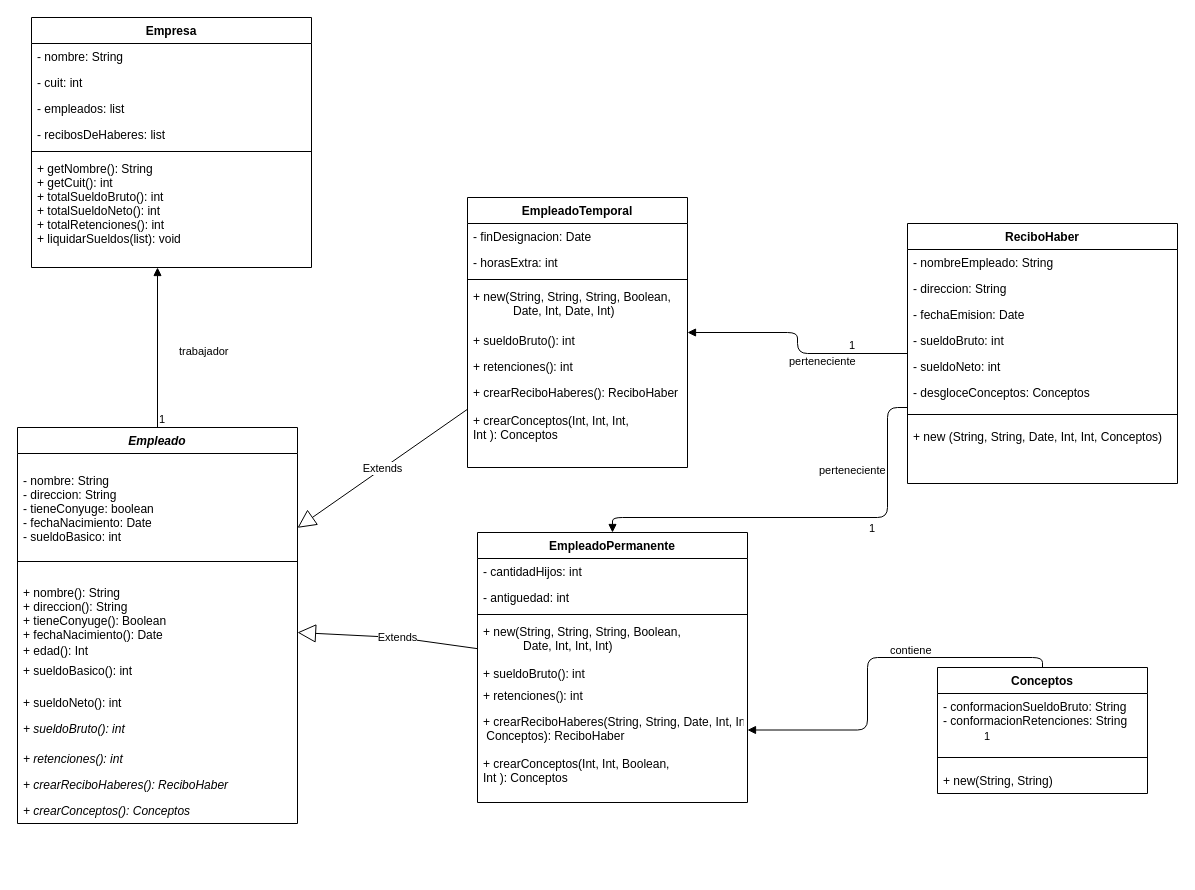
The draw.io diagram Untitled Diagram.drawio in CundariNicolas/unqui-poo2-cundari, before the edit. Source tidied: cells renumbered, new cells numbered last; positions are measured from the earlier drawing's top-left corner, leaving out a move shared by most shapes. Both pictures are drawn from the tidied source at 100%, with x=0, y=0 at pixel (17, 17).
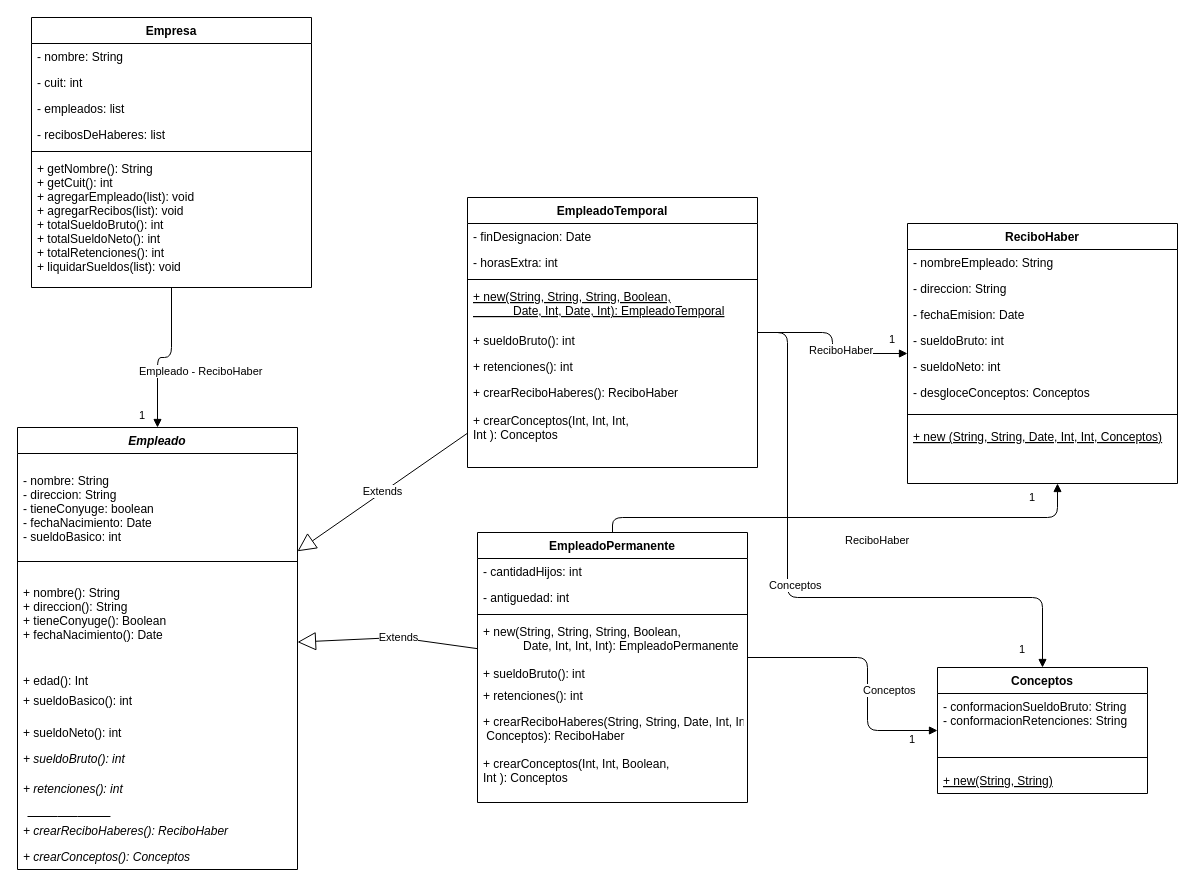
The same page after the edit.

The change refers to these unchanged cells:
```xml
<mxCell id="20" value="EmpleadoPermanente" style="swimlane;fontStyle=1;align=center;verticalAlign=top;horizontal=1;startSize=26;" parent="1" vertex="1">
  <mxGeometry x="460" y="515" width="270" height="270" as="geometry" />
</mxCell>
<mxCell id="39" value="ReciboHaber" style="swimlane;fontStyle=1;align=center;verticalAlign=top;horizontal=1;startSize=26;" parent="1" vertex="1">
  <mxGeometry x="890" y="206" width="270" height="260" as="geometry" />
</mxCell>
<mxCell id="48" value="Conceptos" style="swimlane;fontStyle=1;align=center;verticalAlign=top;horizontal=1;startSize=26;" parent="1" vertex="1">
  <mxGeometry x="920" y="650" width="210" height="126" as="geometry" />
</mxCell>
```

What changed in the source:
```diff
@@
     <mxCell id="2" value="Empresa" style="swimlane;fontStyle=1;align=center;verticalAlign=top;horizontal=1;startSize=26;" parent="1" vertex="1">
-      <mxGeometry x="14" width="280" height="250" as="geometry" />
+      <mxGeometry x="14" width="280" height="270" as="geometry" />
     </mxCell>
@@
-    <mxCell id="8" value="+ getNombre(): String&#10;+ getCuit(): int&#10;+ totalSueldoBruto(): int&#10;+ totalSueldoNeto(): int&#10;+ totalRetenciones(): int&#10;+ liquidarSueldos(list): void" style="text;strokeColor=none;fillColor=none;align=left;verticalAlign=top;spacingLeft=4;spacingRight=4;overflow=hidden;" parent="2" vertex="1">
-      <mxGeometry y="138" width="280" height="112" as="geometry" />
+    <mxCell id="8" value="+ getNombre(): String&#10;+ getCuit(): int&#10;+ agregarEmpleado(list): void&#10;+ agregarRecibos(list): void&#10;+ totalSueldoBruto(): int&#10;+ totalSueldoNeto(): int&#10;+ totalRetenciones(): int&#10;+ liquidarSueldos(list): void" style="text;strokeColor=none;fillColor=none;align=left;verticalAlign=top;spacingLeft=4;spacingRight=4;overflow=hidden;" parent="2" vertex="1">
+      <mxGeometry y="138" width="280" height="132" as="geometry" />
     </mxCell>
     <mxCell id="9" value="Empleado" style="swimlane;fontStyle=3;align=center;verticalAlign=top;horizontal=1;startSize=26;" parent="1" vertex="1">
-      <mxGeometry y="410" width="280" height="396" as="geometry" />
+      <mxGeometry y="410" width="280" height="442" as="geometry" />
     </mxCell>
@@
     <mxCell id="12" value="&#10;+ nombre(): String&#10;+ direccion(): String&#10;+ tieneConyuge(): Boolean&#10;+ fechaNacimiento(): Date" style="text;strokeColor=none;fillColor=none;align=left;verticalAlign=top;spacingLeft=4;spacingRight=4;overflow=hidden;fontStyle=0;" parent="9" vertex="1">
-      <mxGeometry y="138" width="280" height="72" as="geometry" />
+      <mxGeometry y="138" width="280" height="102" as="geometry" />
     </mxCell>
     <mxCell id="13" value="+ edad(): Int" style="text;strokeColor=none;fillColor=none;align=left;verticalAlign=top;spacingLeft=4;spacingRight=4;overflow=hidden;fontStyle=0;" parent="9" vertex="1">
-      <mxGeometry y="210" width="280" height="20" as="geometry" />
+      <mxGeometry y="240" width="280" height="20" as="geometry" />
     </mxCell>
     <mxCell id="14" value="+ sueldoBasico(): int" style="text;strokeColor=none;fillColor=none;align=left;verticalAlign=top;spacingLeft=4;spacingRight=4;overflow=hidden;fontStyle=0;" parent="9" vertex="1">
-      <mxGeometry y="230" width="280" height="32" as="geometry" />
+      <mxGeometry y="260" width="280" height="32" as="geometry" />
     </mxCell>
     <mxCell id="15" value="+ sueldoNeto(): int" style="text;strokeColor=none;fillColor=none;align=left;verticalAlign=top;spacingLeft=4;spacingRight=4;overflow=hidden;" parent="9" vertex="1">
-      <mxGeometry y="262" width="280" height="26" as="geometry" />
+      <mxGeometry y="292" width="280" height="26" as="geometry" />
     </mxCell>
     <mxCell id="16" value="+ sueldoBruto(): int" style="text;strokeColor=none;fillColor=none;align=left;verticalAlign=top;spacingLeft=4;spacingRight=4;overflow=hidden;fontStyle=2;" parent="9" vertex="1">
-      <mxGeometry y="288" width="280" height="30" as="geometry" />
+      <mxGeometry y="318" width="280" height="30" as="geometry" />
     </mxCell>
+    <mxCell id="58" style="endArrow=none;html=1;entryX=0.332;entryY=-0.038;entryDx=0;entryDy=0;entryPerimeter=0;" parent="9" edge="1" target="18">
+      <mxGeometry relative="1" as="geometry">
+        <mxPoint x="10" y="389" as="sourcePoint" />
+        <Array as="points">
+          <mxPoint x="50" y="389" />
+        </Array>
+      </mxGeometry>
+    </mxCell>
     <mxCell id="17" value="+ retenciones(): int " style="text;strokeColor=none;fillColor=none;align=left;verticalAlign=top;spacingLeft=4;spacingRight=4;overflow=hidden;fontStyle=2;" parent="9" vertex="1">
-      <mxGeometry y="318" width="280" height="26" as="geometry" />
+      <mxGeometry y="348" width="280" height="42" as="geometry" />
     </mxCell>
     <mxCell id="18" value="+ crearReciboHaberes(): ReciboHaber" style="text;strokeColor=none;fillColor=none;align=left;verticalAlign=top;spacingLeft=4;spacingRight=4;overflow=hidden;points=[[0,0.5],[1,0.5]];portConstraint=eastwest;fontStyle=2;" parent="9" vertex="1">
-      <mxGeometry y="344" width="280" height="26" as="geometry" />
+      <mxGeometry y="390" width="280" height="26" as="geometry" />
     </mxCell>
     <mxCell id="19" value="+ crearConceptos(): Conceptos" style="text;strokeColor=none;fillColor=none;align=left;verticalAlign=top;spacingLeft=4;spacingRight=4;overflow=hidden;fontStyle=2;" parent="9" vertex="1">
-      <mxGeometry y="370" width="280" height="26" as="geometry" />
+      <mxGeometry y="416" width="280" height="26" as="geometry" />
     </mxCell>
@@
-    <mxCell id="24" value="+ new(String, String, String, Boolean,&#10;            Date, Int, Int, Int)&#10;&#10;+ sueldoBruto(): int" style="text;strokeColor=none;align=left;verticalAlign=top;spacingLeft=4;spacingRight=4;overflow=hidden;labelBorderColor=none;labelBackgroundColor=none;sketch=0;glass=0;rounded=0;" parent="20" vertex="1">
+    <mxCell id="24" value="+ new(String, String, String, Boolean,&#10;            Date, Int, Int, Int): EmpleadoPermanente&#10;&#10;+ sueldoBruto(): int" style="text;strokeColor=none;align=left;verticalAlign=top;spacingLeft=4;spacingRight=4;overflow=hidden;labelBorderColor=none;labelBackgroundColor=none;sketch=0;glass=0;rounded=0;fontStyle=0;" parent="20" vertex="1">
       <mxGeometry y="86" width="270" height="64" as="geometry" />
     </mxCell>
@@
     <mxCell id="27" value="EmpleadoTemporal" style="swimlane;fontStyle=1;align=center;verticalAlign=top;horizontal=1;startSize=26;" parent="1" vertex="1">
-      <mxGeometry x="450" y="180" width="220" height="270" as="geometry" />
+      <mxGeometry x="450" y="180" width="290" height="270" as="geometry" />
     </mxCell>
     <mxCell id="28" value="- finDesignacion: Date" style="text;strokeColor=none;fillColor=none;align=left;verticalAlign=top;spacingLeft=4;spacingRight=4;overflow=hidden;" parent="27" vertex="1">
-      <mxGeometry y="26" width="220" height="26" as="geometry" />
+      <mxGeometry y="26" width="290" height="26" as="geometry" />
     </mxCell>
     <mxCell id="29" value="- horasExtra: int" style="text;strokeColor=none;fillColor=none;align=left;verticalAlign=top;spacingLeft=4;spacingRight=4;overflow=hidden;" parent="27" vertex="1">
-      <mxGeometry y="52" width="220" height="26" as="geometry" />
+      <mxGeometry y="52" width="290" height="26" as="geometry" />
     </mxCell>
     <mxCell id="30" style="line;strokeWidth=1;fillColor=none;align=left;verticalAlign=middle;spacingTop=-1;spacingLeft=3;spacingRight=3;labelPosition=right;" parent="27" vertex="1">
-      <mxGeometry y="78" width="220" height="8" as="geometry" />
+      <mxGeometry y="78" width="290" height="8" as="geometry" />
     </mxCell>
-    <mxCell id="31" value="+ new(String, String, String, Boolean,&#10;            Date, Int, Date, Int)" style="text;strokeColor=none;fillColor=none;align=left;verticalAlign=top;spacingLeft=4;spacingRight=4;overflow=hidden;" parent="27" vertex="1">
-      <mxGeometry y="86" width="220" height="44" as="geometry" />
+    <mxCell id="31" value="+ new(String, String, String, Boolean,&#10;            Date, Int, Date, Int): EmpleadoTemporal" style="text;strokeColor=none;fillColor=none;align=left;verticalAlign=top;spacingLeft=4;spacingRight=4;overflow=hidden;fontStyle=4;" parent="27" vertex="1">
+      <mxGeometry y="86" width="290" height="44" as="geometry" />
     </mxCell>
     <mxCell id="32" value="+ sueldoBruto(): int" style="text;strokeColor=none;fillColor=none;align=left;verticalAlign=top;spacingLeft=4;spacingRight=4;overflow=hidden;" parent="27" vertex="1">
-      <mxGeometry y="130" width="220" height="26" as="geometry" />
+      <mxGeometry y="130" width="290" height="26" as="geometry" />
     </mxCell>
     <mxCell id="33" value="+ retenciones(): int" style="text;strokeColor=none;fillColor=none;align=left;verticalAlign=top;spacingLeft=4;spacingRight=4;overflow=hidden;" parent="27" vertex="1">
-      <mxGeometry y="156" width="220" height="26" as="geometry" />
+      <mxGeometry y="156" width="290" height="26" as="geometry" />
     </mxCell>
     <mxCell id="34" value="+ crearReciboHaberes(): ReciboHaber&#10;&#10;+ crearConceptos(Int, Int, Int,&#10;Int ): Conceptos&#10;" style="text;strokeColor=none;fillColor=none;align=left;verticalAlign=top;spacingLeft=4;spacingRight=4;overflow=hidden;fontStyle=0;" parent="27" vertex="1">
-      <mxGeometry y="182" width="220" height="88" as="geometry" />
+      <mxGeometry y="182" width="290" height="88" as="geometry" />
     </mxCell>
@@
-    <mxCell id="37" value="trabajador" style="endArrow=block;endFill=1;html=1;edgeStyle=orthogonalEdgeStyle;align=left;verticalAlign=top;" parent="1" edge="1" source="9" target="2">
-      <mxGeometry x="0.11" y="-20" relative="1" as="geometry">
-        <Array as="points">
-          <mxPoint x="150" y="230" />
-          <mxPoint x="150" y="230" />
-        </Array>
-      </mxGeometry>
+    <mxCell id="37" value="Empleado - ReciboHaber" style="endArrow=block;endFill=1;html=1;edgeStyle=orthogonalEdgeStyle;align=left;verticalAlign=top;" parent="1" edge="1" source="2" target="9">
+      <mxGeometry x="0.11" y="-20" relative="1" as="geometry" />
     </mxCell>
     <mxCell id="38" value="1" style="edgeLabel;html=1;align=left;verticalAlign=bottom;" parent="37" vertex="1">
-      <mxGeometry x="-1" relative="1" as="geometry" />
+      <mxGeometry x="-1" relative="1" as="geometry">
+        <mxPoint x="-34" y="136" as="offset" />
+      </mxGeometry>
     </mxCell>
@@
-    <mxCell id="47" value="+ new (String, String, Date, Int, Int, Conceptos)" style="text;strokeColor=none;fillColor=none;align=left;verticalAlign=top;spacingLeft=4;spacingRight=4;overflow=hidden;rounded=0;glass=0;labelBackgroundColor=none;sketch=0;html=0;" parent="39" vertex="1">
+    <mxCell id="47" value="+ new (String, String, Date, Int, Int, Conceptos)" style="text;strokeColor=none;fillColor=none;align=left;verticalAlign=top;spacingLeft=4;spacingRight=4;overflow=hidden;rounded=0;glass=0;labelBackgroundColor=none;sketch=0;html=0;fontStyle=4;" parent="39" vertex="1">
       <mxGeometry y="200" width="270" height="60" as="geometry" />
     </mxCell>
@@
-    <mxCell id="51" value="+ new(String, String)" style="text;strokeColor=none;fillColor=none;align=left;verticalAlign=top;spacingLeft=4;spacingRight=4;overflow=hidden;rounded=0;glass=0;labelBackgroundColor=none;sketch=0;html=0;" parent="48" vertex="1">
+    <mxCell id="51" value="+ new(String, String)" style="text;fillColor=none;align=left;verticalAlign=top;spacingLeft=4;spacingRight=4;overflow=hidden;rounded=0;glass=0;labelBackgroundColor=none;sketch=0;html=0;fontStyle=4;" parent="48" vertex="1">
       <mxGeometry y="100" width="210" height="26" as="geometry" />
     </mxCell>
-    <mxCell id="52" value="perteneciente" style="endArrow=block;endFill=1;html=1;edgeStyle=orthogonalEdgeStyle;align=left;verticalAlign=top;" parent="1" edge="1" source="39" target="27">
-      <mxGeometry x="-0.25" y="104" relative="1" as="geometry" />
+    <mxCell id="52" value="ReciboHaber" style="endArrow=block;endFill=1;html=1;edgeStyle=orthogonalEdgeStyle;align=left;verticalAlign=top;" parent="1" edge="1" source="27" target="39">
+      <mxGeometry x="0.25" y="-174" relative="1" as="geometry" />
     </mxCell>
     <mxCell id="53" value="1" style="edgeLabel;html=1;align=left;verticalAlign=bottom;" parent="52" vertex="1">
       <mxGeometry x="-1" relative="1" as="geometry">
-        <mxPoint x="-60" as="offset" />
+        <mxPoint x="260" y="325" as="offset" />
       </mxGeometry>
     </mxCell>
-    <mxCell id="54" value="perteneciente" style="endArrow=block;endFill=1;html=1;edgeStyle=orthogonalEdgeStyle;align=left;verticalAlign=top;" parent="1" edge="1" source="39" target="20">
-      <mxGeometry x="-0.9" y="-117" relative="1" as="geometry">
+    <mxCell id="54" value="ReciboHaber" style="endArrow=block;endFill=1;html=1;edgeStyle=orthogonalEdgeStyle;align=left;verticalAlign=top;" parent="1" edge="1" source="20" target="39">
+      <mxGeometry x="-0.15" y="180" relative="1" as="geometry">
         <Array as="points">
-          <mxPoint x="870" y="390" />
-          <mxPoint x="870" y="500" />
           <mxPoint x="595" y="500" />
+          <mxPoint x="1040" y="500" />
         </Array>
-        <mxPoint x="17" y="-60" as="offset" />
       </mxGeometry>
     </mxCell>
     <mxCell id="55" value="1" style="edgeLabel;html=1;align=left;verticalAlign=bottom;" parent="54" vertex="1">
       <mxGeometry x="-1" relative="1" as="geometry">
-        <mxPoint x="-40" y="129" as="offset" />
+        <mxPoint x="415" y="-27" as="offset" />
       </mxGeometry>
     </mxCell>
-    <mxCell id="56" value="contiene" style="endArrow=block;endFill=1;html=1;edgeStyle=orthogonalEdgeStyle;align=left;verticalAlign=top;" parent="1" edge="1" source="48">
+    <mxCell id="56" value="Conceptos" style="endArrow=block;endFill=1;html=1;edgeStyle=orthogonalEdgeStyle;align=left;verticalAlign=top;" parent="1" edge="1" source="20" target="48">
       <mxGeometry x="-0.13" y="-20" relative="1" as="geometry">
-        <mxPoint x="730" y="712.5" as="targetPoint" />
         <Array as="points">
-          <mxPoint x="1025" y="640" />
           <mxPoint x="850" y="640" />
           <mxPoint x="850" y="713" />
         </Array>
       </mxGeometry>
     </mxCell>
     <mxCell id="57" value="1" style="edgeLabel;html=1;align=left;verticalAlign=bottom;" parent="56" vertex="1">
       <mxGeometry x="-1" relative="1" as="geometry">
-        <mxPoint x="-60" y="77" as="offset" />
+        <mxPoint x="160" y="90" as="offset" />
       </mxGeometry>
     </mxCell>
+    <mxCell id="59" value="Conceptos" style="endArrow=block;endFill=1;html=1;edgeStyle=orthogonalEdgeStyle;align=left;verticalAlign=top;" parent="1" edge="1" source="27" target="48">
+      <mxGeometry x="-0.13" y="-20" relative="1" as="geometry">
+        <Array as="points">
+          <mxPoint x="770" y="315" />
+          <mxPoint x="770" y="580" />
+          <mxPoint x="1025" y="580" />
+        </Array>
+      </mxGeometry>
+    </mxCell>
+    <mxCell id="60" value="1" style="edgeLabel;html=1;align=left;verticalAlign=bottom;" parent="59" vertex="1">
+      <mxGeometry x="-1" relative="1" as="geometry">
+        <mxPoint x="130" y="15" as="offset" />
+      </mxGeometry>
+    </mxCell>
```
